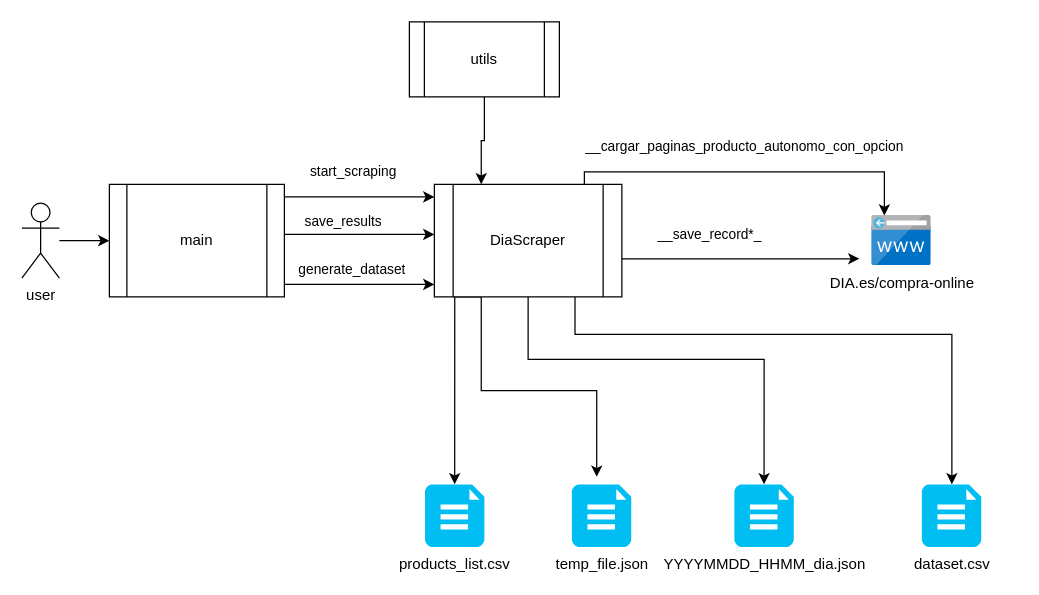
Before: doc/Diseño Técnico.drawio in Carlos-Perez-Ha/FoodECommerceScraper, a draw.io diagram. Source tidied: cells renumbered, new cells numbered last; positions are measured from the earlier drawing's top-left corner, leaving out a move shared by most shapes. Both pictures are drawn from the tidied source at 125%, with x=0, y=0 at pixel (21, 21).
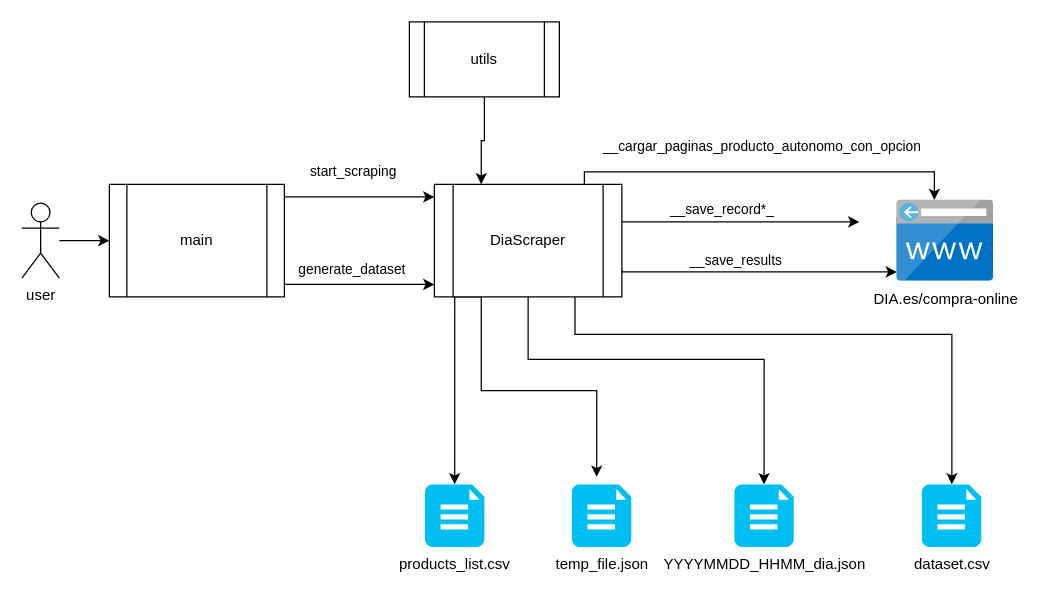
After the change.

Commit message (it also covers changes not shown here):
Final technical design.

Unchanged cells that the change refers to:
```xml
<mxCell id="10" value="DiaScraper" style="shape=process;whiteSpace=wrap;html=1;backgroundOutline=1;" parent="1" vertex="1">
  <mxGeometry x="330" y="130" width="150" height="90" as="geometry" />
</mxCell>
<mxCell id="15" value="main" style="shape=process;whiteSpace=wrap;html=1;backgroundOutline=1;" parent="1" vertex="1">
  <mxGeometry x="70" y="130" width="140" height="90" as="geometry" />
</mxCell>
```

Change to the diagram source:
```diff
@@
     <mxCell id="4" value="__cargar_paginas_producto_autonomo_con_opcion" style="edgeStyle=orthogonalEdgeStyle;rounded=0;jettySize=auto;html=1;" parent="1" edge="1" source="10" target="17">
       <mxGeometry x="-0.03" y="20" relative="1" as="geometry">
         <Array as="points">
           <mxPoint x="450" y="120" />
-          <mxPoint x="690" y="120" />
+          <mxPoint x="730" y="120" />
         </Array>
       </mxGeometry>
     </mxCell>
     <mxCell id="5" value="__save_record*_" style="edgeStyle=orthogonalEdgeStyle;rounded=0;orthogonalLoop=1;jettySize=auto;html=1;" parent="1" edge="1">
-      <mxGeometry x="-0.09" y="20" relative="1" as="geometry">
-        <mxPoint x="450" y="189.5" as="sourcePoint" />
-        <mxPoint x="670" y="189.5" as="targetPoint" />
+      <mxGeometry y="10" relative="1" as="geometry">
+        <mxPoint x="450" y="160" as="sourcePoint" />
+        <mxPoint x="670" y="160" as="targetPoint" />
       </mxGeometry>
     </mxCell>
@@
+    <mxCell id="22" style="edgeStyle=orthogonalEdgeStyle;rounded=0;jettySize=auto;html=1;exitX=1;exitY=0.75;exitDx=0;exitDy=0;" parent="1" edge="1" source="10" target="17">
+      <mxGeometry relative="1" as="geometry">
+        <Array as="points">
+          <mxPoint x="480" y="200" />
+        </Array>
+      </mxGeometry>
+    </mxCell>
+    <mxCell id="23" value="__save_results" style="edgeLabel;html=1;align=center;verticalAlign=middle;" parent="22" vertex="1">
+      <mxGeometry x="0.24" y="-4" relative="1" as="geometry">
+        <mxPoint x="-45" y="-14" as="offset" />
+      </mxGeometry>
+    </mxCell>
@@
-    <mxCell id="13" value="save_results" style="edgeStyle=orthogonalEdgeStyle;rounded=0;jettySize=auto;html=1;exitX=1;exitY=0.75;exitDx=0;exitDy=0;" parent="1" edge="1" source="15">
-      <mxGeometry y="10" relative="1" as="geometry">
-        <mxPoint x="330" y="170" as="targetPoint" />
-        <Array as="points">
-          <mxPoint x="210" y="170" />
-          <mxPoint x="330" y="170" />
-        </Array>
-      </mxGeometry>
-    </mxCell>
@@
     <mxCell id="17" value="DIA.es/compra-online" style="sketch=0;html=1;points=[];align=center;image;fontSize=12;image=img/lib/mscae/CustomDomain.svg;" parent="1" vertex="1">
-      <mxGeometry x="680" y="155" width="47.6" height="40" as="geometry" />
+      <mxGeometry x="700" y="142.5" width="77.4" height="65" as="geometry" />
     </mxCell>
```
